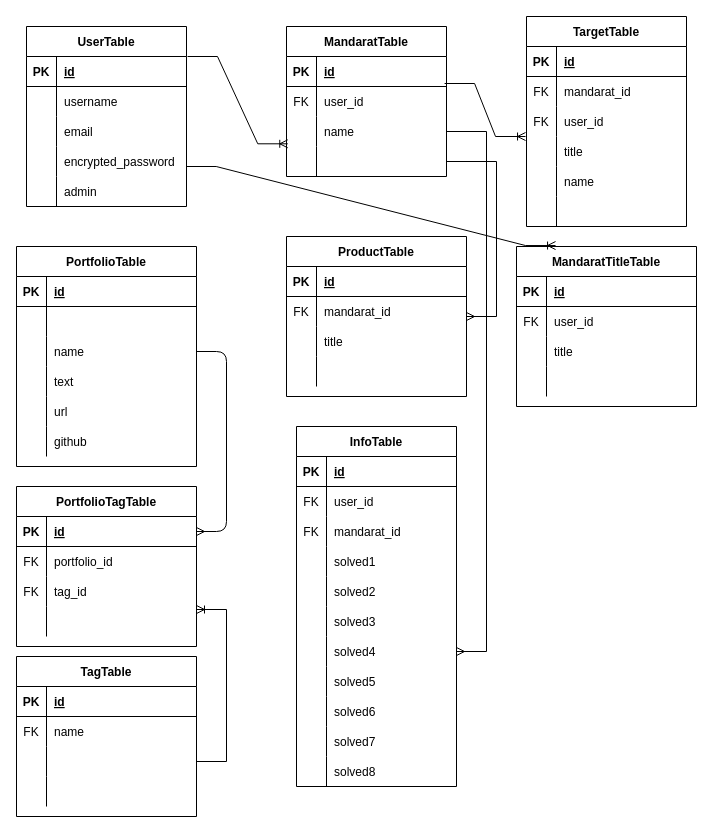
The draw.io diagram page "ページ1" (1 of 2) of app/er.dio in JAMChannel/mandarat-app, before the edit. Source tidied: cells renumbered, new cells numbered last; positions are measured from the earlier drawing's top-left corner, leaving out a move shared by most shapes. Both pictures are drawn from the tidied source at 100%, with x=0, y=0 at pixel (16, 16).
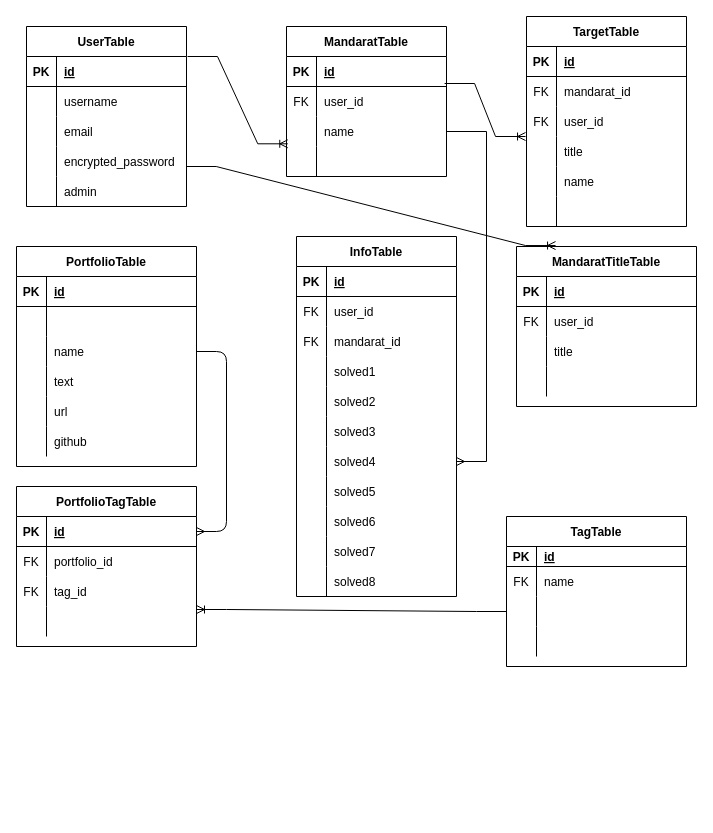
After the change.

Unchanged cells that the change refers to:
```xml
<mxCell id="29" style="shape=partialRectangle;fillColor=none;top=0;left=0;bottom=0;right=0;points=[[0,0.5],[1,0.5]];portConstraint=eastwest;" parent="19" vertex="1">
  <mxGeometry y="120" width="160" height="30" as="geometry" />
</mxCell>
<mxCell id="75" style="shape=partialRectangle;fillColor=none;top=0;left=0;bottom=0;right=0;points=[[0,0.5],[1,0.5]];portConstraint=eastwest;" parent="65" vertex="1">
  <mxGeometry y="120" width="180" height="30" as="geometry" />
</mxCell>
```

Change to the diagram source:
```diff
@@
-    <mxCell id="32" value="ProductTable" style="shape=table;startSize=30;childLayout=tableLayout;rowLines=0;fontStyle=1;align=center;" parent="1" vertex="1">
-      <mxGeometry x="270" y="220" width="180" height="160" as="geometry" />
-    </mxCell>
-    <mxCell id="33" style="shape=partialRectangle;fillColor=none;top=0;left=0;bottom=1;right=0;" parent="32" vertex="1">
-      <mxGeometry y="30" width="180" height="30" as="geometry" />
-    </mxCell>
-    <mxCell id="34" value="PK" style="shape=partialRectangle;fillColor=none;top=0;left=0;bottom=0;right=0;fontStyle=1;overflow=hidden;" parent="33" vertex="1">
-      <mxGeometry width="30" height="30" as="geometry" />
-    </mxCell>
-    <mxCell id="35" value="id" style="shape=partialRectangle;fillColor=none;top=0;left=0;bottom=0;right=0;align=left;spacingLeft=6;fontStyle=5;overflow=hidden;" parent="33" vertex="1">
-      <mxGeometry x="30" width="150" height="30" as="geometry" />
-    </mxCell>
-    <mxCell id="36" style="shape=partialRectangle;fillColor=none;top=0;left=0;bottom=0;right=0;" parent="32" vertex="1">
-      <mxGeometry y="60" width="180" height="30" as="geometry" />
-    </mxCell>
-    <mxCell id="37" value="FK" style="shape=partialRectangle;fillColor=none;top=0;left=0;bottom=0;right=0;overflow=hidden;" parent="36" vertex="1">
-      <mxGeometry width="30" height="30" as="geometry" />
-    </mxCell>
-    <mxCell id="38" value="mandarat_id" style="shape=partialRectangle;fillColor=none;top=0;left=0;bottom=0;right=0;align=left;spacingLeft=6;overflow=hidden;" parent="36" vertex="1">
-      <mxGeometry x="30" width="150" height="30" as="geometry" />
-    </mxCell>
-    <mxCell id="39" style="shape=partialRectangle;fillColor=none;top=0;left=0;bottom=0;right=0;" parent="32" vertex="1">
-      <mxGeometry y="90" width="180" height="30" as="geometry" />
-    </mxCell>
-    <mxCell id="40" style="shape=partialRectangle;fillColor=none;top=0;left=0;bottom=0;right=0;overflow=hidden;" parent="39" vertex="1">
-      <mxGeometry width="30" height="30" as="geometry" />
-    </mxCell>
-    <mxCell id="41" value="title" style="shape=partialRectangle;fillColor=none;top=0;left=0;bottom=0;right=0;align=left;spacingLeft=6;overflow=hidden;" parent="39" vertex="1">
-      <mxGeometry x="30" width="150" height="30" as="geometry" />
-    </mxCell>
-    <mxCell id="42" style="shape=partialRectangle;fillColor=none;top=0;left=0;bottom=0;right=0;" parent="32" vertex="1">
-      <mxGeometry y="120" width="180" height="30" as="geometry" />
-    </mxCell>
-    <mxCell id="43" style="shape=partialRectangle;fillColor=none;top=0;left=0;bottom=0;right=0;overflow=hidden;" parent="42" vertex="1">
-      <mxGeometry width="30" height="30" as="geometry" />
-    </mxCell>
-    <mxCell id="44" style="shape=partialRectangle;fillColor=none;top=0;left=0;bottom=0;right=0;align=left;spacingLeft=6;overflow=hidden;" parent="42" vertex="1">
-      <mxGeometry x="30" width="150" height="30" as="geometry" />
-    </mxCell>
-    <mxCell id="45" style="edgeStyle=entityRelationEdgeStyle;fontSize=12;html=1;endArrow=ERmany;rounded=0;exitX=1;exitY=0.5;exitDx=0;exitDy=0;" parent="1" edge="1" source="29" target="32">
-      <mxGeometry relative="1" as="geometry" />
-    </mxCell>
@@
     <mxCell id="79" value="TagTable" style="shape=table;startSize=30;childLayout=tableLayout;rowLines=0;fontStyle=1;align=center;" parent="1" vertex="1">
-      <mxGeometry y="640" width="180" height="160" as="geometry" />
+      <mxGeometry x="490" y="500" width="180" height="150" as="geometry" />
     </mxCell>
     <mxCell id="80" style="shape=partialRectangle;fillColor=none;top=0;left=0;bottom=1;right=0;" parent="79" vertex="1">
-      <mxGeometry y="30" width="180" height="30" as="geometry" />
+      <mxGeometry y="30" width="180" height="20" as="geometry" />
     </mxCell>
     <mxCell id="81" value="PK" style="shape=partialRectangle;fillColor=none;top=0;left=0;bottom=0;right=0;fontStyle=1;overflow=hidden;" parent="80" vertex="1">
-      <mxGeometry width="30" height="30" as="geometry" />
+      <mxGeometry width="30" height="20" as="geometry" />
     </mxCell>
     <mxCell id="82" value="id" style="shape=partialRectangle;fillColor=none;top=0;left=0;bottom=0;right=0;align=left;spacingLeft=6;fontStyle=5;overflow=hidden;" parent="80" vertex="1">
-      <mxGeometry x="30" width="150" height="30" as="geometry" />
+      <mxGeometry x="30" width="150" height="20" as="geometry" />
     </mxCell>
     <mxCell id="83" style="shape=partialRectangle;fillColor=none;top=0;left=0;bottom=0;right=0;" parent="79" vertex="1">
-      <mxGeometry y="60" width="180" height="30" as="geometry" />
+      <mxGeometry y="50" width="180" height="30" as="geometry" />
     </mxCell>
@@
     <mxCell id="86" style="shape=partialRectangle;fillColor=none;top=0;left=0;bottom=0;right=0;points=[[0,0.5],[1,0.5]];portConstraint=eastwest;" parent="79" vertex="1">
-      <mxGeometry y="90" width="180" height="30" as="geometry" />
+      <mxGeometry y="80" width="180" height="30" as="geometry" />
     </mxCell>
@@
     <mxCell id="89" style="shape=partialRectangle;fillColor=none;top=0;left=0;bottom=0;right=0;" parent="79" vertex="1">
-      <mxGeometry y="120" width="180" height="30" as="geometry" />
+      <mxGeometry y="110" width="180" height="30" as="geometry" />
     </mxCell>
@@
-    <mxCell id="92" style="edgeStyle=entityRelationEdgeStyle;fontSize=12;html=1;endArrow=ERoneToMany;rounded=0;entryX=1;entryY=0.1;entryDx=0;entryDy=0;entryPerimeter=0;exitX=1;exitY=0.5;exitDx=0;exitDy=0;" parent="1" edge="1" source="86" target="75">
+    <mxCell id="92" style="edgeStyle=entityRelationEdgeStyle;fontSize=12;html=1;endArrow=ERoneToMany;rounded=0;entryX=1;entryY=0.1;entryDx=0;entryDy=0;entryPerimeter=0;exitX=0;exitY=0.5;exitDx=0;exitDy=0;" parent="1" edge="1" source="86" target="75">
       <mxGeometry relative="1" as="geometry" />
     </mxCell>
@@
     <mxCell id="127" value="InfoTable" style="shape=table;startSize=30;childLayout=tableLayout;rowLines=0;fontStyle=1;align=center;" parent="1" vertex="1">
-      <mxGeometry x="280" y="410" width="160" height="360" as="geometry" />
+      <mxGeometry x="280" y="220" width="160" height="360" as="geometry" />
     </mxCell>
```
